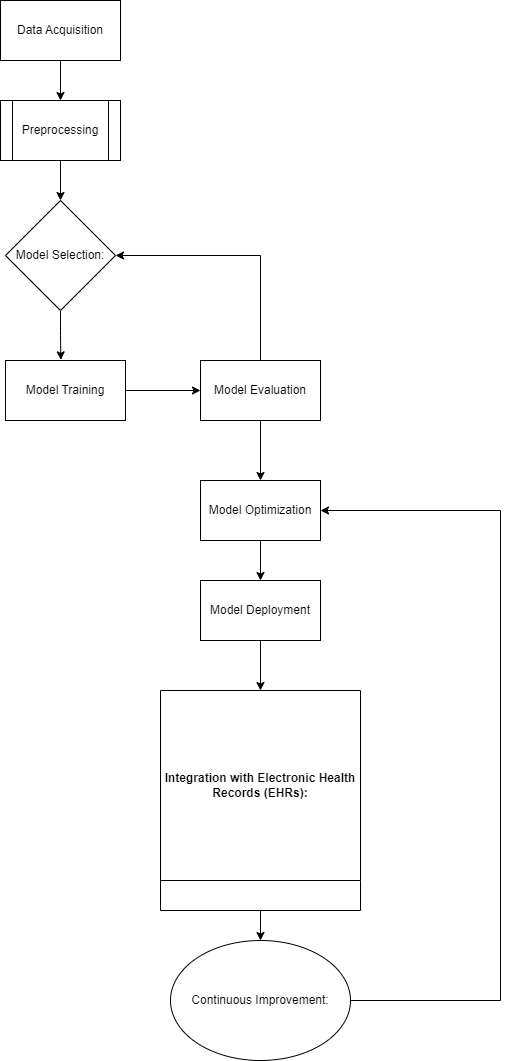
Before: Lung Cancer Detection.drawio.png, a diagram exported from draw.io (belanasaikiran/FlowCharts). Source tidied: cells renumbered, new cells last; positions are measured from the earlier drawing's top-left corner, leaving out a move shared by most shapes. Source of this version:
```xml
<mxGraphModel>
  <root>
    <mxCell id="0" />
    <mxCell id="1" parent="0" />
    <mxCell id="2" style="edgeStyle=orthogonalEdgeStyle;rounded=0;jettySize=auto;html=1;" parent="1" edge="1" source="3" target="5">
      <mxGeometry relative="1" as="geometry" />
    </mxCell>
    <mxCell id="3" value="Data Acquisition" style="rounded=0;whiteSpace=wrap;html=1;" parent="1" vertex="1">
      <mxGeometry width="120" height="60" as="geometry" />
    </mxCell>
    <mxCell id="4" style="edgeStyle=orthogonalEdgeStyle;rounded=0;jettySize=auto;html=1;entryX=0.5;entryY=0;entryDx=0;entryDy=0;" parent="1" edge="1" source="5" target="7">
      <mxGeometry relative="1" as="geometry" />
    </mxCell>
    <mxCell id="5" value="Preprocessing" style="shape=process;whiteSpace=wrap;html=1;backgroundOutline=1;" parent="1" vertex="1">
      <mxGeometry y="100" width="120" height="60" as="geometry" />
    </mxCell>
    <mxCell id="6" style="edgeStyle=orthogonalEdgeStyle;rounded=0;jettySize=auto;html=1;exitX=0.5;exitY=1;exitDx=0;exitDy=0;entryX=0.461;entryY=-0.011;entryDx=0;entryDy=0;entryPerimeter=0;" parent="1" edge="1" source="7" target="9">
      <mxGeometry relative="1" as="geometry" />
    </mxCell>
    <mxCell id="7" value="Model Selection:" style="rhombus;whiteSpace=wrap;html=1;" parent="1" vertex="1">
      <mxGeometry x="5" y="200" width="110" height="110" as="geometry" />
    </mxCell>
    <mxCell id="8" style="edgeStyle=orthogonalEdgeStyle;rounded=0;jettySize=auto;html=1;exitX=1;exitY=0.5;exitDx=0;exitDy=0;" parent="1" edge="1" source="9" target="12">
      <mxGeometry relative="1" as="geometry" />
    </mxCell>
    <mxCell id="9" value="Model Training" style="rounded=0;whiteSpace=wrap;html=1;" parent="1" vertex="1">
      <mxGeometry x="5" y="360" width="120" height="60" as="geometry" />
    </mxCell>
    <mxCell id="10" style="edgeStyle=orthogonalEdgeStyle;rounded=0;jettySize=auto;html=1;entryX=1;entryY=0.5;entryDx=0;entryDy=0;" parent="1" edge="1" source="12" target="7">
      <mxGeometry relative="1" as="geometry">
        <Array as="points">
          <mxPoint x="260" y="255" />
        </Array>
      </mxGeometry>
    </mxCell>
    <mxCell id="11" style="edgeStyle=orthogonalEdgeStyle;rounded=0;jettySize=auto;html=1;exitX=0.5;exitY=1;exitDx=0;exitDy=0;entryX=0.5;entryY=0;entryDx=0;entryDy=0;" parent="1" edge="1" source="12" target="14">
      <mxGeometry relative="1" as="geometry" />
    </mxCell>
    <mxCell id="12" value="Model Evaluation" style="rounded=0;whiteSpace=wrap;html=1;" parent="1" vertex="1">
      <mxGeometry x="200" y="360" width="120" height="60" as="geometry" />
    </mxCell>
    <mxCell id="13" style="edgeStyle=orthogonalEdgeStyle;rounded=0;jettySize=auto;html=1;exitX=0.5;exitY=1;exitDx=0;exitDy=0;entryX=0.5;entryY=0;entryDx=0;entryDy=0;" parent="1" edge="1" source="14" target="16">
      <mxGeometry relative="1" as="geometry" />
    </mxCell>
    <mxCell id="14" value="Model Optimization" style="rounded=0;whiteSpace=wrap;html=1;" parent="1" vertex="1">
      <mxGeometry x="200" y="480" width="120" height="60" as="geometry" />
    </mxCell>
    <mxCell id="15" style="edgeStyle=orthogonalEdgeStyle;rounded=0;jettySize=auto;html=1;exitX=0.5;exitY=1;exitDx=0;exitDy=0;entryX=0.5;entryY=0;entryDx=0;entryDy=0;" parent="1" edge="1" source="16" target="18">
      <mxGeometry relative="1" as="geometry" />
    </mxCell>
    <mxCell id="16" value="Model Deployment" style="rounded=0;whiteSpace=wrap;html=1;" parent="1" vertex="1">
      <mxGeometry x="200" y="580" width="120" height="60" as="geometry" />
    </mxCell>
    <mxCell id="17" style="edgeStyle=orthogonalEdgeStyle;rounded=0;jettySize=auto;html=1;entryX=0.5;entryY=0;entryDx=0;entryDy=0;" parent="1" edge="1" source="18" target="20">
      <mxGeometry relative="1" as="geometry" />
    </mxCell>
    <mxCell id="18" value="Integration with Electronic Health Records (EHRs):" style="swimlane;whiteSpace=wrap;html=1;startSize=190;" parent="1" vertex="1">
      <mxGeometry x="160" y="690" width="200" height="220" as="geometry" />
    </mxCell>
    <mxCell id="19" style="edgeStyle=orthogonalEdgeStyle;rounded=0;jettySize=auto;html=1;entryX=1;entryY=0.5;entryDx=0;entryDy=0;" parent="1" edge="1" source="20" target="14">
      <mxGeometry relative="1" as="geometry">
        <Array as="points">
          <mxPoint x="500" y="1000" />
          <mxPoint x="500" y="510" />
        </Array>
      </mxGeometry>
    </mxCell>
    <mxCell id="20" value="Continuous Improvement: " style="ellipse;whiteSpace=wrap;html=1;" parent="1" vertex="1">
      <mxGeometry x="170" y="940" width="180" height="120" as="geometry" />
    </mxCell>
  </root>
</mxGraphModel>
```
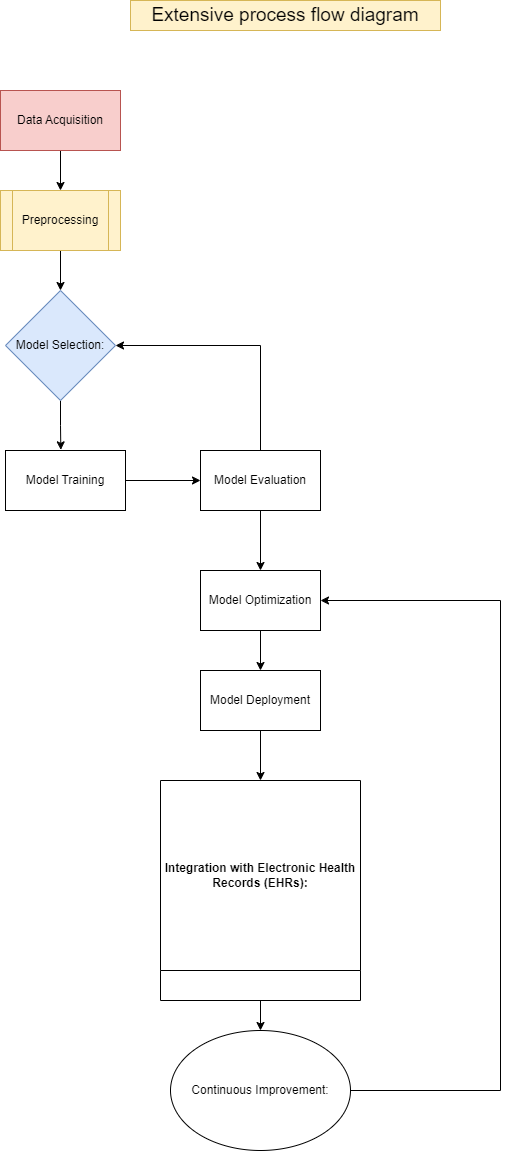
After the commit.

Diff of the diagram source:
```diff
@@ -5,19 +5,19 @@
     <mxCell id="2" style="edgeStyle=orthogonalEdgeStyle;rounded=0;jettySize=auto;html=1;" parent="1" edge="1" source="3" target="5">
       <mxGeometry relative="1" as="geometry" />
     </mxCell>
-    <mxCell id="3" value="Data Acquisition" style="rounded=0;whiteSpace=wrap;html=1;" parent="1" vertex="1">
+    <mxCell id="3" value="Data Acquisition" style="rounded=0;whiteSpace=wrap;html=1;fillColor=#f8cecc;strokeColor=#b85450;" parent="1" vertex="1">
       <mxGeometry width="120" height="60" as="geometry" />
     </mxCell>
     <mxCell id="4" style="edgeStyle=orthogonalEdgeStyle;rounded=0;jettySize=auto;html=1;entryX=0.5;entryY=0;entryDx=0;entryDy=0;" parent="1" edge="1" source="5" target="7">
       <mxGeometry relative="1" as="geometry" />
     </mxCell>
-    <mxCell id="5" value="Preprocessing" style="shape=process;whiteSpace=wrap;html=1;backgroundOutline=1;" parent="1" vertex="1">
+    <mxCell id="5" value="Preprocessing" style="shape=process;whiteSpace=wrap;html=1;backgroundOutline=1;fillColor=#fff2cc;strokeColor=#d6b656;" parent="1" vertex="1">
       <mxGeometry y="100" width="120" height="60" as="geometry" />
     </mxCell>
     <mxCell id="6" style="edgeStyle=orthogonalEdgeStyle;rounded=0;jettySize=auto;html=1;exitX=0.5;exitY=1;exitDx=0;exitDy=0;entryX=0.461;entryY=-0.011;entryDx=0;entryDy=0;entryPerimeter=0;" parent="1" edge="1" source="7" target="9">
       <mxGeometry relative="1" as="geometry" />
     </mxCell>
-    <mxCell id="7" value="Model Selection:" style="rhombus;whiteSpace=wrap;html=1;" parent="1" vertex="1">
+    <mxCell id="7" value="Model Selection:" style="rhombus;whiteSpace=wrap;html=1;fillColor=#dae8fc;strokeColor=#6c8ebf;" parent="1" vertex="1">
       <mxGeometry x="5" y="200" width="110" height="110" as="geometry" />
     </mxCell>
     <mxCell id="8" style="edgeStyle=orthogonalEdgeStyle;rounded=0;jettySize=auto;html=1;exitX=1;exitY=0.5;exitDx=0;exitDy=0;" parent="1" edge="1" source="9" target="12">
@@ -68,5 +68,8 @@
     <mxCell id="20" value="Continuous Improvement: " style="ellipse;whiteSpace=wrap;html=1;" parent="1" vertex="1">
       <mxGeometry x="170" y="940" width="180" height="120" as="geometry" />
     </mxCell>
+    <mxCell id="21" value="Extensive process flow diagram" style="text;html=1;strokeColor=#d6b656;fillColor=#fff2cc;align=center;verticalAlign=middle;whiteSpace=wrap;rounded=0;labelBackgroundColor=none;labelBorderColor=none;spacing=15;fontSize=19;" parent="1" vertex="1">
+      <mxGeometry x="130" y="-90" width="310" height="30" as="geometry" />
+    </mxCell>
   </root>
 </mxGraphModel>
```
